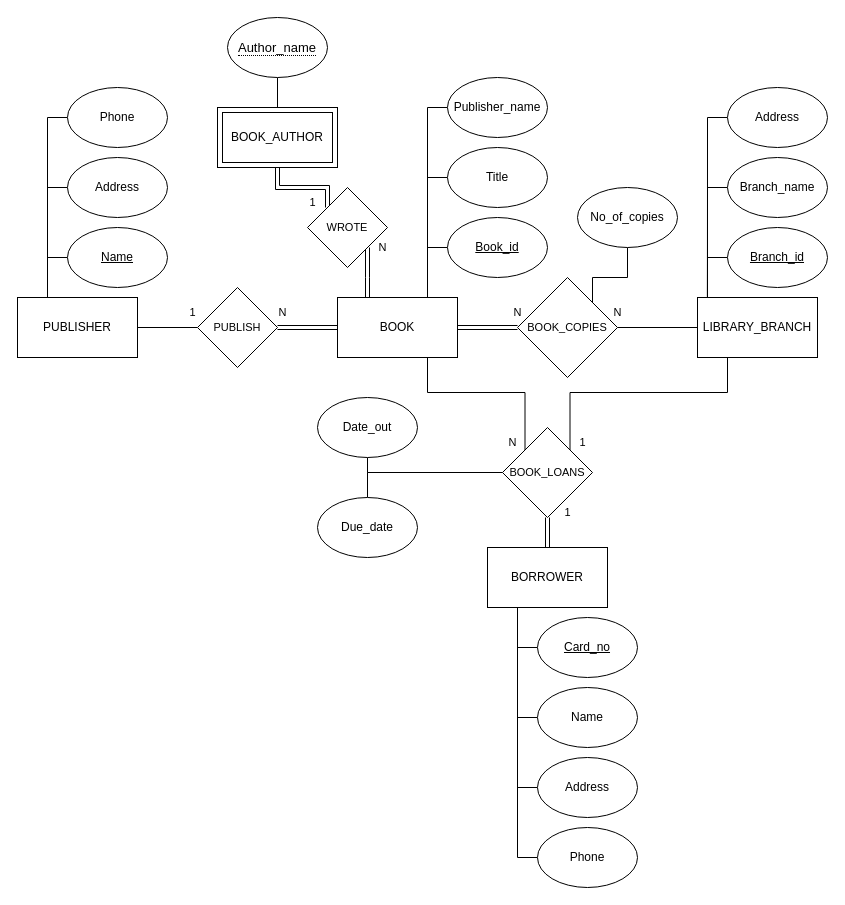
This is assignment3/Question3.drawio from shivamdesai04/ENSF300, a draw.io file, before an edit. Source tidied: cells renumbered, new cells numbered last; positions are measured from the earlier drawing's top-left corner, leaving out a move shared by most shapes. Both pictures are drawn from the tidied source at 100%, with x=0, y=0 at pixel (17, 17).
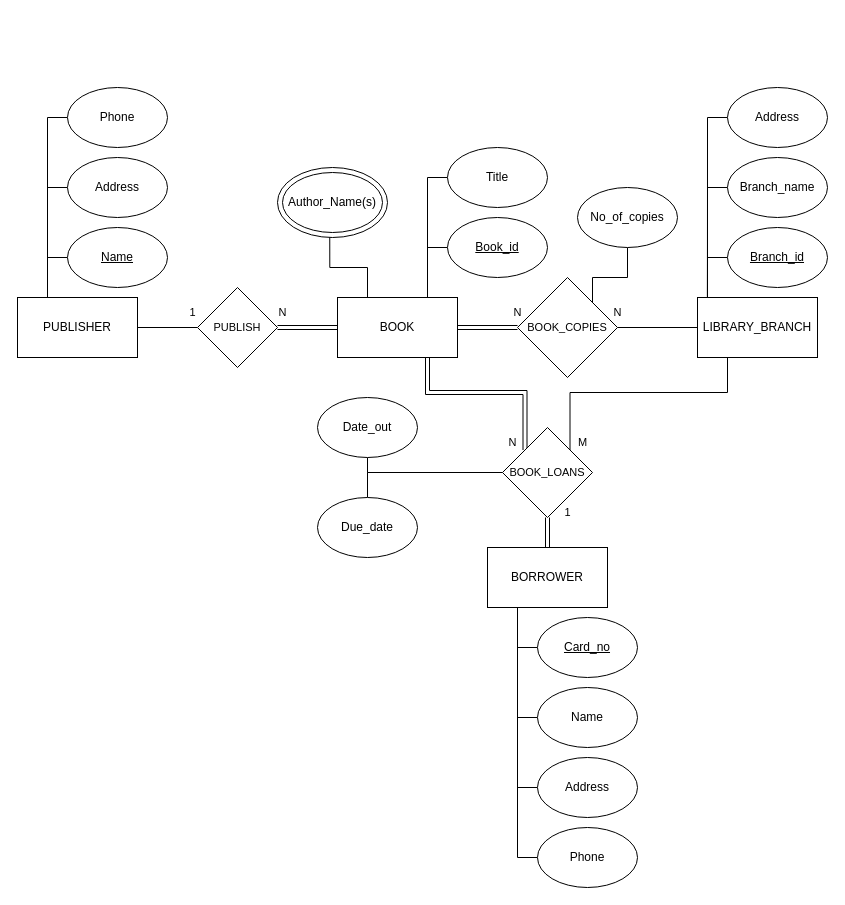
The same page after the edit.

The change refers to these unchanged cells:
```xml
<mxCell id="7" value="BOOK" style="whiteSpace=wrap;html=1;" parent="1" vertex="1">
  <mxGeometry x="320" y="280" width="120" height="60" as="geometry" />
</mxCell>
<mxCell id="44" value="BOOK_LOANS" style="rhombus;whiteSpace=wrap;html=1;fontFamily=Helvetica;fontSize=11;fontColor=default;" parent="1" vertex="1">
  <mxGeometry x="485" y="410" width="90" height="90" as="geometry" />
</mxCell>
```

The edit, as a diff of the source:
```diff
@@
-    <mxCell id="5" style="edgeStyle=orthogonalEdgeStyle;shape=connector;rounded=0;jettySize=auto;html=1;exitX=0.75;exitY=0;exitDx=0;exitDy=0;entryX=0;entryY=0.5;entryDx=0;entryDy=0;labelBackgroundColor=default;strokeColor=default;fontFamily=Helvetica;fontSize=11;fontColor=default;endArrow=none;endFill=0;" parent="1" edge="1" source="7" target="33">
-      <mxGeometry relative="1" as="geometry" />
-    </mxCell>
-    <mxCell id="6" style="edgeStyle=orthogonalEdgeStyle;rounded=0;jettySize=auto;html=1;exitX=0.75;exitY=1;exitDx=0;exitDy=0;entryX=0;entryY=0;entryDx=0;entryDy=0;labelBackgroundColor=default;strokeColor=default;fontFamily=Helvetica;fontSize=11;fontColor=default;endArrow=none;endFill=0;" parent="1" edge="1" source="7" target="44">
+    <mxCell id="6" style="edgeStyle=orthogonalEdgeStyle;rounded=0;jettySize=auto;html=1;exitX=0.75;exitY=1;exitDx=0;exitDy=0;entryX=0;entryY=0;entryDx=0;entryDy=0;labelBackgroundColor=default;strokeColor=default;fontFamily=Helvetica;fontSize=11;fontColor=default;endArrow=none;endFill=0;shape=link;" parent="1" edge="1" source="7" target="44">
       <mxGeometry relative="1" as="geometry" />
     </mxCell>
+    <mxCell id="64" style="edgeStyle=orthogonalEdgeStyle;rounded=0;jettySize=auto;html=1;exitX=0.25;exitY=0;exitDx=0;exitDy=0;entryX=0.475;entryY=0.986;entryDx=0;entryDy=0;entryPerimeter=0;endArrow=none;endFill=0;" parent="1" edge="1" source="7" target="65">
+      <mxGeometry relative="1" as="geometry" />
+    </mxCell>
@@
-    <mxCell id="33" value="Publisher_name" style="ellipse;whiteSpace=wrap;html=1;" parent="1" vertex="1">
-      <mxGeometry x="430" y="60" width="100" height="60" as="geometry" />
-    </mxCell>
-    <mxCell id="34" style="edgeStyle=orthogonalEdgeStyle;rounded=0;jettySize=auto;html=1;exitX=1;exitY=1;exitDx=0;exitDy=0;entryX=0.25;entryY=0;entryDx=0;entryDy=0;labelBackgroundColor=default;strokeColor=default;fontFamily=Helvetica;fontSize=11;fontColor=default;endArrow=none;endFill=0;shape=link;" parent="1" edge="1" source="36" target="7">
-      <mxGeometry relative="1" as="geometry" />
-    </mxCell>
-    <mxCell id="35" style="edgeStyle=orthogonalEdgeStyle;shape=link;rounded=0;jettySize=auto;html=1;exitX=0;exitY=0;exitDx=0;exitDy=0;entryX=0.5;entryY=1;entryDx=0;entryDy=0;labelBackgroundColor=default;strokeColor=default;fontFamily=Helvetica;fontSize=11;fontColor=default;endArrow=none;endFill=0;" parent="1" edge="1" source="36" target="48">
-      <mxGeometry relative="1" as="geometry">
-        <Array as="points">
-          <mxPoint x="310" y="170" />
-          <mxPoint x="260" y="170" />
-        </Array>
-      </mxGeometry>
-    </mxCell>
-    <mxCell id="36" value="WROTE" style="rhombus;whiteSpace=wrap;html=1;fontFamily=Helvetica;fontSize=11;fontColor=default;" parent="1" vertex="1">
-      <mxGeometry x="290" y="170" width="80" height="80" as="geometry" />
-    </mxCell>
@@
-    <mxCell id="47" style="edgeStyle=orthogonalEdgeStyle;shape=connector;rounded=0;jettySize=auto;html=1;exitX=0.5;exitY=0;exitDx=0;exitDy=0;entryX=0.5;entryY=1;entryDx=0;entryDy=0;labelBackgroundColor=default;strokeColor=default;fontFamily=Helvetica;fontSize=11;fontColor=default;endArrow=none;endFill=0;" parent="1" edge="1" source="48" target="63">
-      <mxGeometry relative="1" as="geometry" />
-    </mxCell>
-    <mxCell id="48" style="whiteSpace=wrap;html=1;" parent="1" vertex="1">
-      <mxGeometry x="200" y="90" width="120" height="60" as="geometry" />
-    </mxCell>
-    <mxCell id="49" value="1" style="text;html=1;align=center;verticalAlign=middle;strokeColor=none;fillColor=none;fontSize=11;fontFamily=Helvetica;fontColor=default;" parent="1" vertex="1">
-      <mxGeometry x="280" y="170" width="30" height="30" as="geometry" />
-    </mxCell>
-    <mxCell id="50" value="N" style="text;html=1;align=center;verticalAlign=middle;strokeColor=none;fillColor=none;fontSize=11;fontFamily=Helvetica;fontColor=default;" parent="1" vertex="1">
-      <mxGeometry x="350" y="215" width="30" height="30" as="geometry" />
-    </mxCell>
@@
-    <mxCell id="60" value="1" style="text;html=1;align=center;verticalAlign=middle;strokeColor=none;fillColor=none;fontSize=11;fontFamily=Helvetica;fontColor=default;" parent="1" vertex="1">
+    <mxCell id="60" value="M" style="text;html=1;align=center;verticalAlign=middle;strokeColor=none;fillColor=none;fontSize=11;fontFamily=Helvetica;fontColor=default;" parent="1" vertex="1">
       <mxGeometry x="550" y="410" width="30" height="30" as="geometry" />
     </mxCell>
@@
-    <mxCell id="62" value="BOOK_AUTHOR" style="whiteSpace=wrap;html=1;" parent="1" vertex="1">
-      <mxGeometry x="205" y="95" width="110" height="50" as="geometry" />
-    </mxCell>
-    <mxCell id="63" value="&lt;span style=&quot;border-bottom: 1px dotted&quot;&gt;&lt;font style=&quot;font-size: 13px;&quot;&gt;Author_name&lt;/font&gt;&lt;/span&gt;" style="ellipse;whiteSpace=wrap;html=1;align=center;" parent="1" vertex="1">
-      <mxGeometry x="210" width="100" height="60" as="geometry" />
-    </mxCell>
+    <mxCell id="65" style="ellipse;whiteSpace=wrap;html=1;" parent="1" vertex="1">
+      <mxGeometry x="260" y="150" width="110" height="70" as="geometry" />
+    </mxCell>
+    <mxCell id="66" value="Author_Name(s)" style="ellipse;whiteSpace=wrap;html=1;" parent="1" vertex="1">
+      <mxGeometry x="265" y="155" width="100" height="60" as="geometry" />
+    </mxCell>
```
